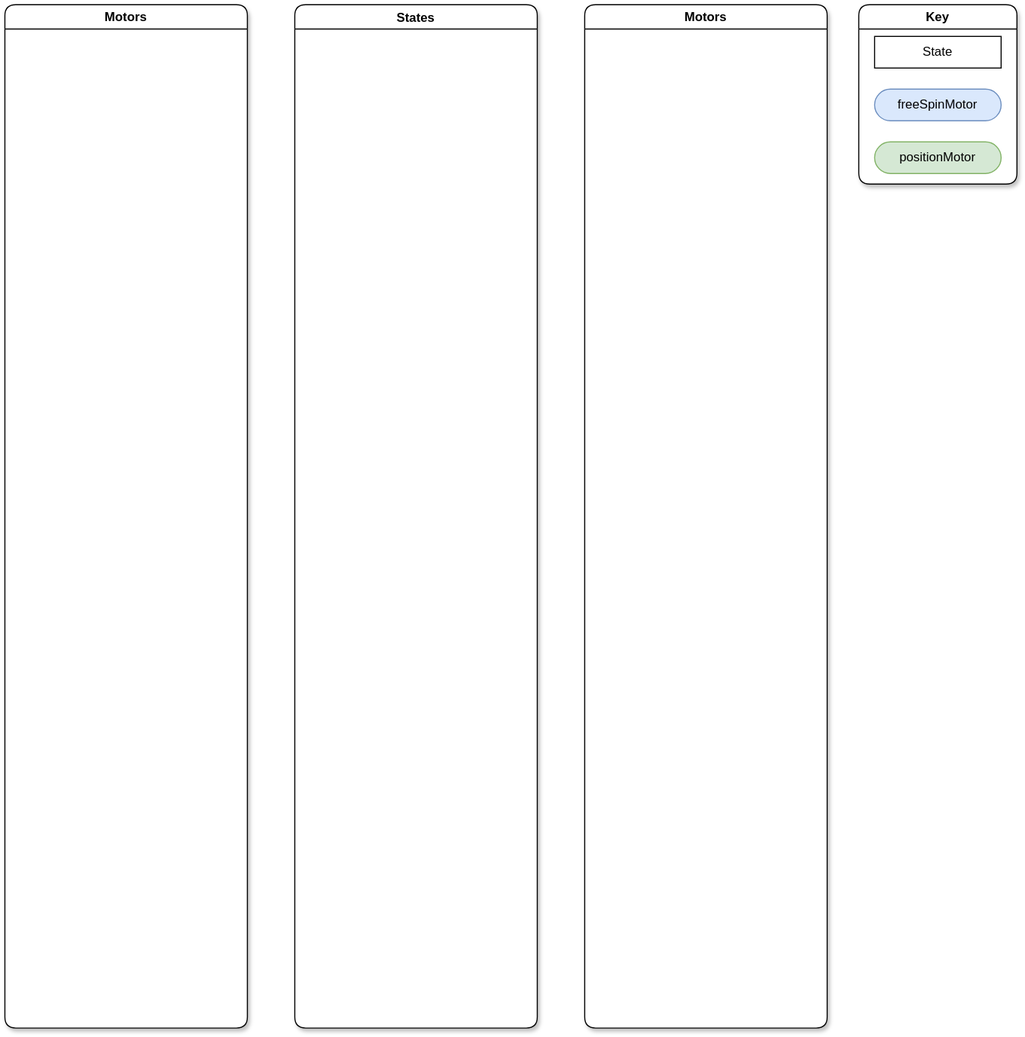
Above: design/motors_and_states.drawio.svg in FRCTeam3255/2026_Retrobot_Code (draw.io), before the change. Source tidied: cells renumbered, new cells last; positions are measured from the earlier drawing's top-left corner, leaving out a move shared by most shapes. Source of this version:
```xml
<mxGraphModel>
  <root>
    <mxCell id="0" />
    <mxCell id="1" parent="0" />
    <mxCell id="2" value="States" style="swimlane;swimlaneFillColor=default;glass=0;shadow=1;rounded=1;" parent="1" vertex="1">
      <mxGeometry x="275" width="230" height="970" as="geometry" />
    </mxCell>
    <mxCell id="3" value="Key" style="swimlane;whiteSpace=wrap;html=1;shadow=1;rounded=1;swimlaneFillColor=default;" parent="1" vertex="1">
      <mxGeometry x="810" width="150" height="170" as="geometry" />
    </mxCell>
    <mxCell id="4" value="State" style="rounded=0;whiteSpace=wrap;html=1;" parent="3" vertex="1">
      <mxGeometry x="15" y="30" width="120" height="30" as="geometry" />
    </mxCell>
    <mxCell id="5" value="freeSpinMotor" style="rounded=1;whiteSpace=wrap;html=1;arcSize=50;fillColor=#dae8fc;strokeColor=#6c8ebf;" parent="3" vertex="1">
      <mxGeometry x="15" y="80" width="120" height="30" as="geometry" />
    </mxCell>
    <mxCell id="6" value="positionMotor" style="rounded=1;whiteSpace=wrap;html=1;arcSize=50;fillColor=#d5e8d4;strokeColor=#82b366;" parent="3" vertex="1">
      <mxGeometry x="15" y="130" width="120" height="30" as="geometry" />
    </mxCell>
    <mxCell id="7" value="Motors" style="swimlane;whiteSpace=wrap;html=1;rounded=1;shadow=1;swimlaneFillColor=default;" parent="1" vertex="1">
      <mxGeometry x="550" width="230" height="970" as="geometry" />
    </mxCell>
    <mxCell id="8" value="Motors" style="swimlane;whiteSpace=wrap;html=1;swimlaneFillColor=default;swimlaneLine=1;glass=0;rounded=1;shadow=1;" parent="1" vertex="1">
      <mxGeometry width="230" height="970" as="geometry" />
    </mxCell>
  </root>
</mxGraphModel>
```
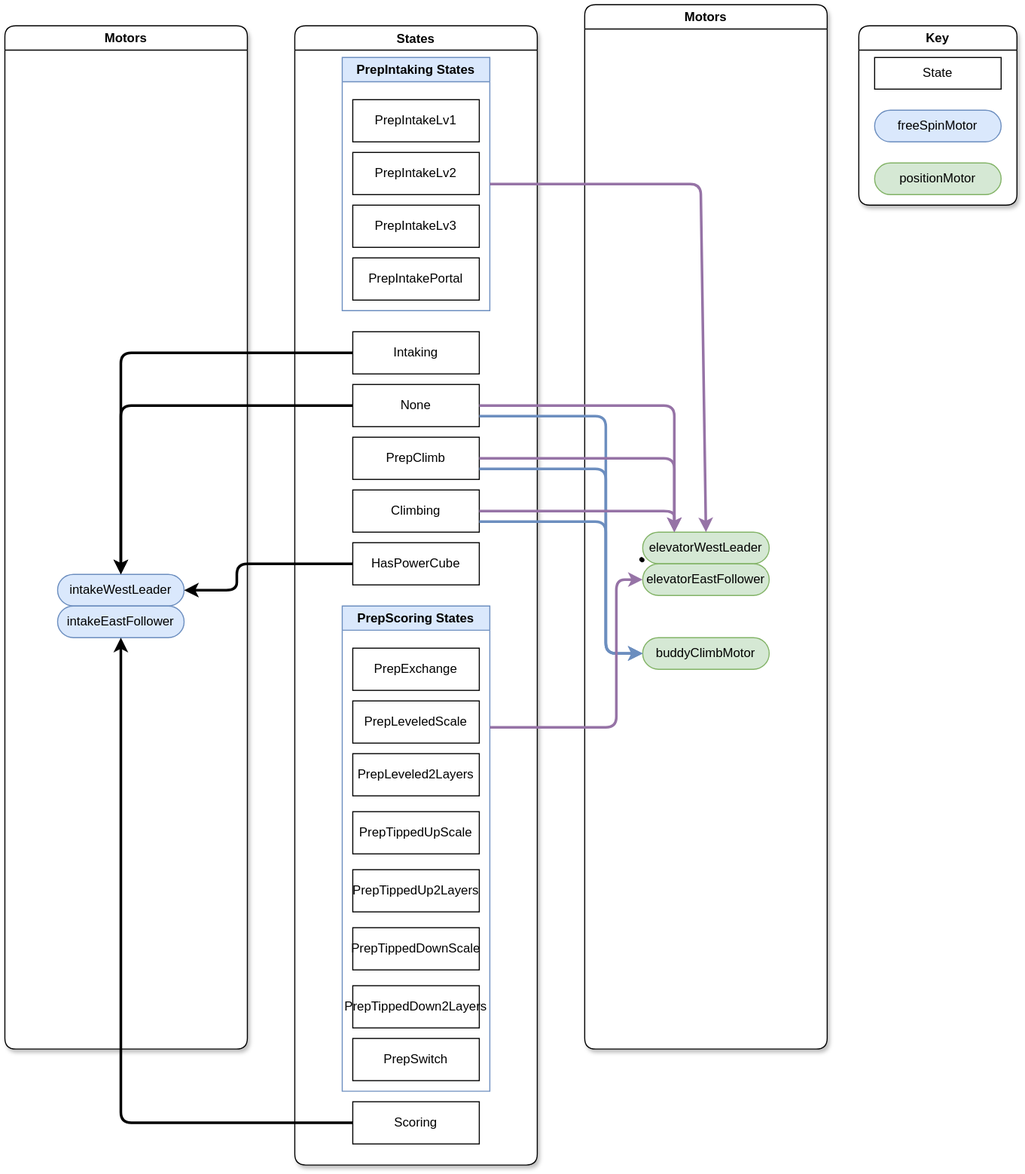
Above is the later version.

The edit, as a diff of the source:
```diff
@@ -3,8 +3,68 @@
     <mxCell id="0" />
     <mxCell id="1" parent="0" />
     <mxCell id="2" value="States" style="swimlane;swimlaneFillColor=default;glass=0;shadow=1;rounded=1;" parent="1" vertex="1">
-      <mxGeometry x="275" width="230" height="970" as="geometry" />
+      <mxGeometry x="275" width="230" height="1080" as="geometry" />
     </mxCell>
+    <mxCell id="9" value="None" style="whiteSpace=wrap;html=1;" parent="2" vertex="1">
+      <mxGeometry x="55" y="340" width="120" height="40" as="geometry" />
+    </mxCell>
+    <mxCell id="10" value="Intaking" style="whiteSpace=wrap;html=1;" parent="2" vertex="1">
+      <mxGeometry x="55" y="290" width="120" height="40" as="geometry" />
+    </mxCell>
+    <mxCell id="11" value="PrepClimb" style="whiteSpace=wrap;html=1;" parent="2" vertex="1">
+      <mxGeometry x="55" y="390" width="120" height="40" as="geometry" />
+    </mxCell>
+    <mxCell id="12" value="Climbing" style="whiteSpace=wrap;html=1;" parent="2" vertex="1">
+      <mxGeometry x="55" y="440" width="120" height="40" as="geometry" />
+    </mxCell>
+    <mxCell id="13" value="HasPowerCube" style="whiteSpace=wrap;html=1;" parent="2" vertex="1">
+      <mxGeometry x="55" y="490" width="120" height="40" as="geometry" />
+    </mxCell>
+    <mxCell id="14" value="Scoring" style="whiteSpace=wrap;html=1;" parent="2" vertex="1">
+      <mxGeometry x="55" y="1020" width="120" height="40" as="geometry" />
+    </mxCell>
+    <mxCell id="15" value="&lt;span style=&quot;color: rgb(0, 0, 0);&quot;&gt;PrepScoring States&lt;/span&gt;" style="swimlane;whiteSpace=wrap;html=1;fillColor=#dae8fc;strokeColor=#6c8ebf;" parent="2" vertex="1">
+      <mxGeometry x="45" y="550" width="140" height="460" as="geometry" />
+    </mxCell>
+    <mxCell id="16" value="PrepExchange" style="whiteSpace=wrap;html=1;" parent="15" vertex="1">
+      <mxGeometry x="10" y="40" width="120" height="40" as="geometry" />
+    </mxCell>
+    <mxCell id="17" value="PrepLeveledScale" style="whiteSpace=wrap;html=1;" parent="15" vertex="1">
+      <mxGeometry x="10" y="90" width="120" height="40" as="geometry" />
+    </mxCell>
+    <mxCell id="18" value="PrepTippedUpScale" style="whiteSpace=wrap;html=1;" parent="15" vertex="1">
+      <mxGeometry x="10" y="195" width="120" height="40" as="geometry" />
+    </mxCell>
+    <mxCell id="19" value="PrepTippedDownScale" style="whiteSpace=wrap;html=1;" parent="15" vertex="1">
+      <mxGeometry x="10" y="305" width="120" height="40" as="geometry" />
+    </mxCell>
+    <mxCell id="20" value="PrepLeveled2Layers" style="whiteSpace=wrap;html=1;" parent="15" vertex="1">
+      <mxGeometry x="10" y="140" width="120" height="40" as="geometry" />
+    </mxCell>
+    <mxCell id="21" value="PrepTippedUp2Layers" style="whiteSpace=wrap;html=1;" parent="15" vertex="1">
+      <mxGeometry x="10" y="250" width="120" height="40" as="geometry" />
+    </mxCell>
+    <mxCell id="22" value="PrepTippedDown2Layers" style="whiteSpace=wrap;html=1;" parent="15" vertex="1">
+      <mxGeometry x="10" y="360" width="120" height="40" as="geometry" />
+    </mxCell>
+    <mxCell id="23" value="PrepSwitch" style="whiteSpace=wrap;html=1;" parent="15" vertex="1">
+      <mxGeometry x="10" y="410" width="120" height="40" as="geometry" />
+    </mxCell>
+    <mxCell id="24" value="&lt;span style=&quot;color: rgb(0, 0, 0);&quot;&gt;PrepIntaking States&lt;/span&gt;" style="swimlane;whiteSpace=wrap;html=1;fillColor=#dae8fc;strokeColor=#6c8ebf;" parent="2" vertex="1">
+      <mxGeometry x="45" y="30" width="140" height="240" as="geometry" />
+    </mxCell>
+    <mxCell id="25" value="PrepIntakeLv1" style="whiteSpace=wrap;html=1;" parent="24" vertex="1">
+      <mxGeometry x="10" y="40" width="120" height="40" as="geometry" />
+    </mxCell>
+    <mxCell id="26" value="PrepIntakeLv2" style="whiteSpace=wrap;html=1;" parent="24" vertex="1">
+      <mxGeometry x="10" y="90" width="120" height="40" as="geometry" />
+    </mxCell>
+    <mxCell id="27" value="PrepIntakeLv3" style="whiteSpace=wrap;html=1;" parent="24" vertex="1">
+      <mxGeometry x="10" y="140" width="120" height="40" as="geometry" />
+    </mxCell>
+    <mxCell id="28" value="PrepIntakePortal" style="whiteSpace=wrap;html=1;" parent="24" vertex="1">
+      <mxGeometry x="10" y="190" width="120" height="40" as="geometry" />
+    </mxCell>
     <mxCell id="3" value="Key" style="swimlane;whiteSpace=wrap;html=1;shadow=1;rounded=1;swimlaneFillColor=default;" parent="1" vertex="1">
       <mxGeometry x="810" width="150" height="170" as="geometry" />
     </mxCell>
@@ -18,10 +78,118 @@
       <mxGeometry x="15" y="130" width="120" height="30" as="geometry" />
     </mxCell>
     <mxCell id="7" value="Motors" style="swimlane;whiteSpace=wrap;html=1;rounded=1;shadow=1;swimlaneFillColor=default;" parent="1" vertex="1">
-      <mxGeometry x="550" width="230" height="970" as="geometry" />
+      <mxGeometry x="550" y="-20" width="230" height="990" as="geometry" />
     </mxCell>
+    <mxCell id="29" value="elevatorWestLeader" style="rounded=1;whiteSpace=wrap;html=1;arcSize=50;fillColor=#d5e8d4;strokeColor=#82b366;" parent="7" vertex="1">
+      <mxGeometry x="55" y="500" width="120" height="30" as="geometry" />
+    </mxCell>
+    <mxCell id="30" value="elevatorEastFollower" style="rounded=1;whiteSpace=wrap;html=1;arcSize=50;fillColor=#d5e8d4;strokeColor=#82b366;" parent="7" vertex="1">
+      <mxGeometry x="55" y="530" width="120" height="30" as="geometry" />
+    </mxCell>
+    <mxCell id="31" value="buddyClimbMotor" style="rounded=1;whiteSpace=wrap;html=1;arcSize=50;fillColor=#d5e8d4;strokeColor=#82b366;" parent="7" vertex="1">
+      <mxGeometry x="55" y="600" width="120" height="30" as="geometry" />
+    </mxCell>
     <mxCell id="8" value="Motors" style="swimlane;whiteSpace=wrap;html=1;swimlaneFillColor=default;swimlaneLine=1;glass=0;rounded=1;shadow=1;" parent="1" vertex="1">
       <mxGeometry width="230" height="970" as="geometry" />
     </mxCell>
+    <mxCell id="32" value="intakeWestLeader" style="rounded=1;whiteSpace=wrap;html=1;arcSize=50;fillColor=#dae8fc;strokeColor=#6c8ebf;" parent="8" vertex="1">
+      <mxGeometry x="50" y="520" width="120" height="30" as="geometry" />
+    </mxCell>
+    <mxCell id="33" value="intakeEastFollower" style="rounded=1;whiteSpace=wrap;html=1;arcSize=50;fillColor=#dae8fc;strokeColor=#6c8ebf;" parent="8" vertex="1">
+      <mxGeometry x="50" y="550" width="120" height="30" as="geometry" />
+    </mxCell>
+    <mxCell id="34" style="edgeStyle=none;html=1;exitX=1;exitY=0.5;exitDx=0;exitDy=0;entryX=0.5;entryY=0;entryDx=0;entryDy=0;fillColor=#e1d5e7;strokeColor=#9673a6;strokeWidth=2.5;" parent="1" edge="1" source="24" target="29">
+      <mxGeometry relative="1" as="geometry">
+        <Array as="points">
+          <mxPoint x="660" y="150" />
+        </Array>
+      </mxGeometry>
+    </mxCell>
+    <mxCell id="35" style="shape=(stored shape, 640 characters);lineShape=1;strokeColor=default;" parent="1" vertex="1">
+      <mxGeometry x="602.3" y="504.1" width="4" height="4" as="geometry" />
+    </mxCell>
+    <mxCell id="36" style="edgeStyle=none;html=1;exitX=0;exitY=0.5;exitDx=0;exitDy=0;entryX=0.5;entryY=0;entryDx=0;entryDy=0;strokeWidth=2.5;" parent="1" edge="1" source="10" target="32">
+      <mxGeometry x="0.09" relative="1" as="geometry">
+        <Array as="points">
+          <mxPoint x="110" y="310" />
+        </Array>
+      </mxGeometry>
+    </mxCell>
+    <mxCell id="37" style="edgeStyle=none;html=1;exitX=0;exitY=0.5;exitDx=0;exitDy=0;entryX=0.5;entryY=0;entryDx=0;entryDy=0;strokeWidth=2.5;" parent="1" edge="1" source="9" target="32">
+      <mxGeometry x="0.1" relative="1" as="geometry">
+        <Array as="points">
+          <mxPoint x="110" y="360" />
+        </Array>
+      </mxGeometry>
+    </mxCell>
+    <mxCell id="38" style="edgeStyle=none;html=1;exitX=1;exitY=0.5;exitDx=0;exitDy=0;entryX=0.25;entryY=0;entryDx=0;entryDy=0;fillColor=#e1d5e7;strokeColor=#9673a6;strokeWidth=2.5;" parent="1" edge="1" source="9" target="29">
+      <mxGeometry x="-0.63" relative="1" as="geometry">
+        <Array as="points">
+          <mxPoint x="635" y="360" />
+        </Array>
+      </mxGeometry>
+    </mxCell>
+    <mxCell id="39" style="edgeStyle=none;html=1;exitX=1;exitY=0.5;exitDx=0;exitDy=0;entryX=0;entryY=0.5;entryDx=0;entryDy=0;fillColor=#dae8fc;strokeColor=#6c8ebf;strokeWidth=2.5;" parent="1" edge="1" target="31">
+      <mxGeometry x="-0.7" relative="1" as="geometry">
+        <mxPoint x="450" y="370" as="sourcePoint" />
+        <Array as="points">
+          <mxPoint x="570" y="370" />
+          <mxPoint x="570" y="595" />
+        </Array>
+      </mxGeometry>
+    </mxCell>
+    <mxCell id="40" style="edgeStyle=none;html=1;exitX=1;exitY=0.75;exitDx=0;exitDy=0;entryX=0;entryY=0.5;entryDx=0;entryDy=0;fillColor=#dae8fc;strokeColor=#6c8ebf;strokeWidth=2.5;" parent="1" edge="1" source="11" target="31">
+      <mxGeometry x="-0.66" relative="1" as="geometry">
+        <Array as="points">
+          <mxPoint x="570" y="420" />
+          <mxPoint x="570" y="595" />
+        </Array>
+      </mxGeometry>
+    </mxCell>
+    <mxCell id="41" style="edgeStyle=none;html=1;exitX=1;exitY=0.5;exitDx=0;exitDy=0;entryX=0.25;entryY=0;entryDx=0;entryDy=0;fillColor=#e1d5e7;strokeColor=#9673a6;strokeWidth=2.5;" parent="1" edge="1" source="11" target="29">
+      <mxGeometry x="-0.45" relative="1" as="geometry">
+        <Array as="points">
+          <mxPoint x="635" y="410" />
+        </Array>
+      </mxGeometry>
+    </mxCell>
+    <mxCell id="42" style="edgeStyle=none;html=1;exitX=1;exitY=0.5;exitDx=0;exitDy=0;entryX=0.25;entryY=0;entryDx=0;entryDy=0;fillColor=#e1d5e7;strokeColor=#9673a6;strokeWidth=2.5;" parent="1" edge="1" source="12" target="29">
+      <mxGeometry x="-0.43" relative="1" as="geometry">
+        <Array as="points">
+          <mxPoint x="635" y="460" />
+        </Array>
+      </mxGeometry>
+    </mxCell>
+    <mxCell id="43" style="edgeStyle=none;html=1;exitX=1;exitY=0.75;exitDx=0;exitDy=0;entryX=0;entryY=0.5;entryDx=0;entryDy=0;fillColor=#dae8fc;strokeColor=#6c8ebf;strokeWidth=2.5;" parent="1" edge="1" source="12" target="31">
+      <mxGeometry x="-0.59" relative="1" as="geometry">
+        <Array as="points">
+          <mxPoint x="570" y="470" />
+          <mxPoint x="570" y="595" />
+        </Array>
+      </mxGeometry>
+    </mxCell>
+    <mxCell id="44" style="edgeStyle=none;html=1;exitX=0;exitY=0.5;exitDx=0;exitDy=0;entryX=1;entryY=0.5;entryDx=0;entryDy=0;strokeWidth=2.5;" parent="1" edge="1" source="13" target="32">
+      <mxGeometry x="0.19" relative="1" as="geometry">
+        <Array as="points">
+          <mxPoint x="220" y="510" />
+          <mxPoint x="220" y="535" />
+        </Array>
+      </mxGeometry>
+    </mxCell>
+    <mxCell id="45" style="edgeStyle=none;html=1;exitX=1;exitY=0.25;exitDx=0;exitDy=0;fillColor=#e1d5e7;strokeColor=#9673a6;entryX=0;entryY=0.5;entryDx=0;entryDy=0;strokeWidth=2.5;" parent="1" edge="1" source="15" target="30">
+      <mxGeometry x="-0.34" relative="1" as="geometry">
+        <Array as="points">
+          <mxPoint x="580" y="665" />
+          <mxPoint x="580" y="525" />
+        </Array>
+      </mxGeometry>
+    </mxCell>
+    <mxCell id="46" style="edgeStyle=none;html=1;exitX=0;exitY=0.5;exitDx=0;exitDy=0;strokeWidth=2.5;" parent="1" edge="1" source="14" target="33">
+      <mxGeometry x="-0.19" relative="1" as="geometry">
+        <Array as="points">
+          <mxPoint x="110" y="1040" />
+        </Array>
+      </mxGeometry>
+    </mxCell>
   </root>
 </mxGraphModel>
```
